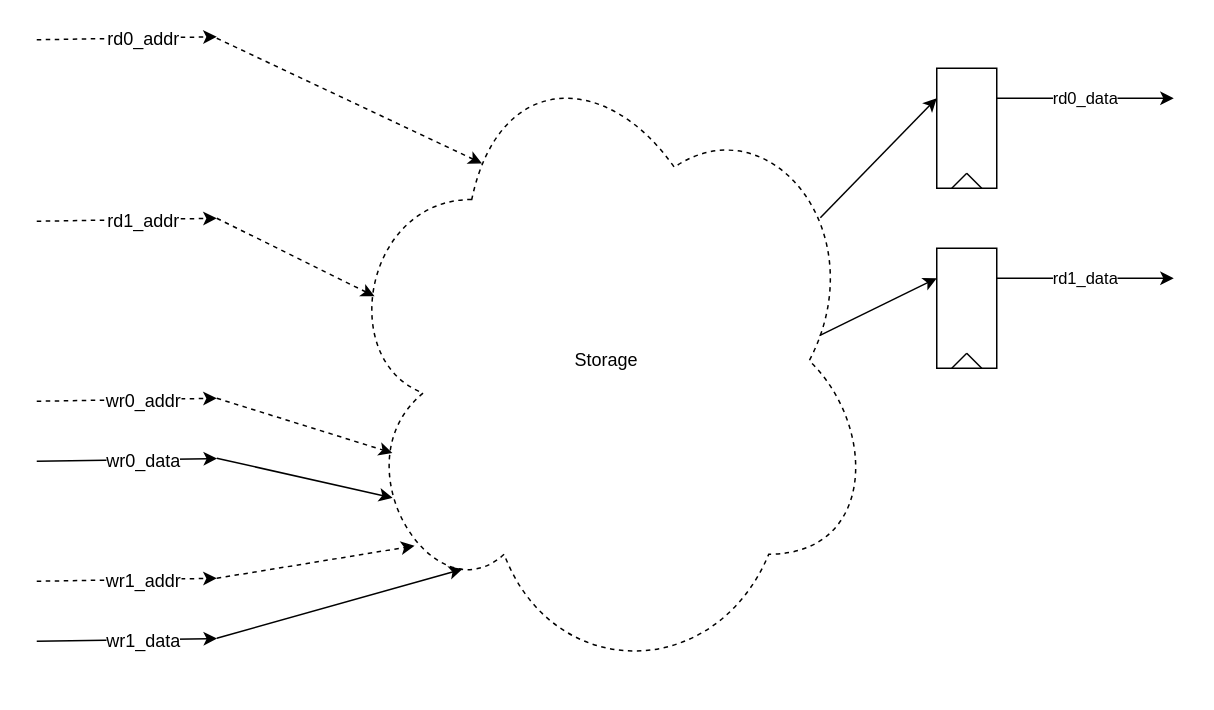
The draw.io diagram page "Highlevel_View" (1 of 6) of assets/multiport_memories/xor_memory.drawio in tomverbeure/tomverbeure.github.io, before the edit. Source tidied: cells renumbered, new cells numbered last; positions are measured from the earlier drawing's top-left corner, leaving out a move shared by most shapes. Both pictures are drawn from the tidied source at 150%, with x=0, y=0 at pixel (36, 36).
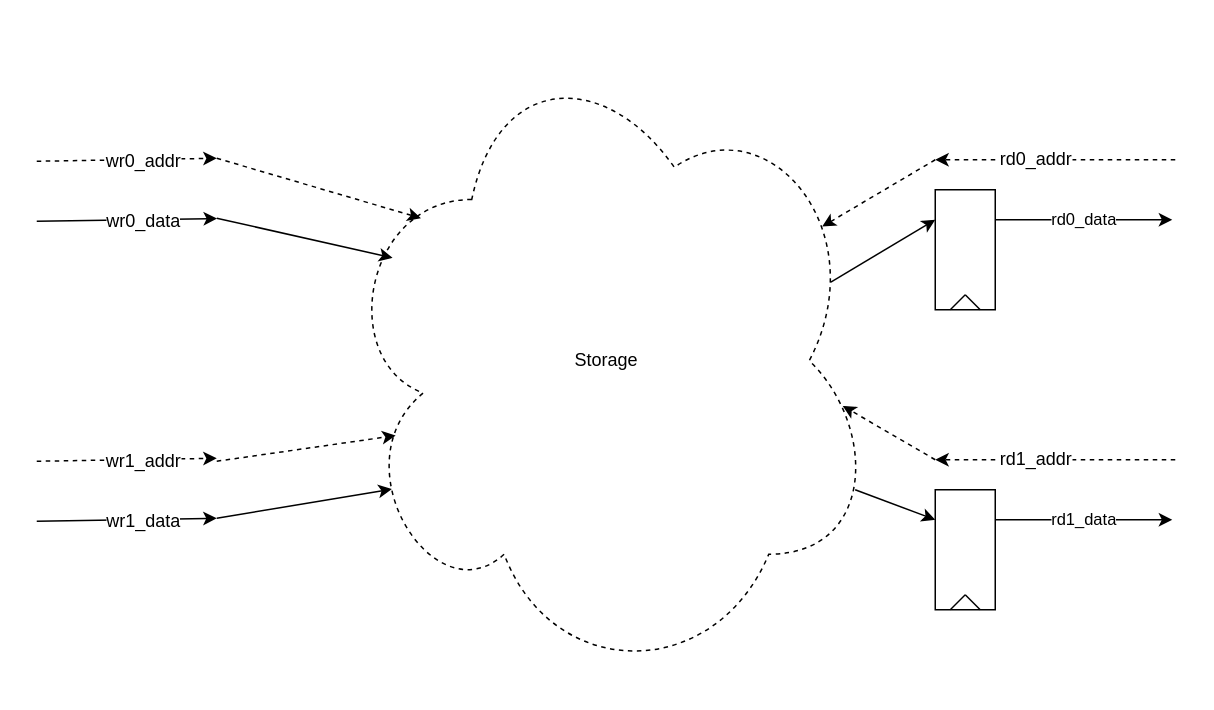
The same page after the edit.

Unchanged cells that the change refers to:
```xml
<mxCell id="2" value="Storage" style="ellipse;shape=cloud;whiteSpace=wrap;html=1;dashed=1;fillColor=none;" parent="1" vertex="1">
  <mxGeometry x="200" y="1" width="360" height="430" as="geometry" />
</mxCell>
<mxCell id="28" style="rounded=0;whiteSpace=wrap;html=1;" parent="27" vertex="1">
  <mxGeometry width="40" height="80" as="geometry" />
</mxCell>
```

What changed in the source:
```diff
@@
-    <mxCell id="3" style="endArrow=classic;html=1;entryX=0.002;entryY=0.279;entryDx=0;entryDy=0;entryPerimeter=0;" parent="1" edge="1">
+    <mxCell id="3" style="endArrow=classic;html=1;" parent="1" edge="1">
       <mxGeometry relative="1" as="geometry">
-        <mxPoint y="403" as="sourcePoint" />
-        <mxPoint x="120.2" y="401.2" as="targetPoint" />
+        <mxPoint y="323" as="sourcePoint" />
+        <mxPoint x="120" y="321" as="targetPoint" />
       </mxGeometry>
     </mxCell>
@@
     <mxCell id="5" style="endArrow=classic;html=1;entryX=0.002;entryY=0.279;entryDx=0;entryDy=0;entryPerimeter=0;dashed=1;" parent="1" edge="1">
       <mxGeometry relative="1" as="geometry">
-        <mxPoint y="363" as="sourcePoint" />
-        <mxPoint x="120" y="361" as="targetPoint" />
+        <mxPoint y="283" as="sourcePoint" />
+        <mxPoint x="120" y="281" as="targetPoint" />
       </mxGeometry>
     </mxCell>
@@
     <mxCell id="7" style="endArrow=classic;html=1;entryX=0.002;entryY=0.279;entryDx=0;entryDy=0;entryPerimeter=0;" parent="1" edge="1">
       <mxGeometry relative="1" as="geometry">
-        <mxPoint y="283" as="sourcePoint" />
-        <mxPoint x="120.2" y="281.2" as="targetPoint" />
+        <mxPoint y="123" as="sourcePoint" />
+        <mxPoint x="120.2" y="121.2" as="targetPoint" />
       </mxGeometry>
     </mxCell>
@@
     <mxCell id="9" style="endArrow=classic;html=1;entryX=0.002;entryY=0.279;entryDx=0;entryDy=0;entryPerimeter=0;dashed=1;" parent="1" edge="1">
       <mxGeometry relative="1" as="geometry">
-        <mxPoint y="243" as="sourcePoint" />
-        <mxPoint x="120" y="241" as="targetPoint" />
+        <mxPoint y="83" as="sourcePoint" />
+        <mxPoint x="120" y="81" as="targetPoint" />
       </mxGeometry>
     </mxCell>
@@
-    <mxCell id="11" style="endArrow=classic;html=1;entryX=0.002;entryY=0.279;entryDx=0;entryDy=0;entryPerimeter=0;dashed=1;" parent="1" edge="1">
+    <mxCell id="11" style="endArrow=classic;html=1;dashed=1;" parent="1" edge="1">
       <mxGeometry relative="1" as="geometry">
-        <mxPoint y="123" as="sourcePoint" />
-        <mxPoint x="120" y="121" as="targetPoint" />
+        <mxPoint x="759" y="282" as="sourcePoint" />
+        <mxPoint x="599" y="282" as="targetPoint" />
       </mxGeometry>
     </mxCell>
@@
     <mxCell id="13" style="endArrow=classic;html=1;entryX=0.002;entryY=0.279;entryDx=0;entryDy=0;entryPerimeter=0;dashed=1;" parent="1" edge="1">
       <mxGeometry relative="1" as="geometry">
-        <mxPoint y="2" as="sourcePoint" />
-        <mxPoint x="120" as="targetPoint" />
+        <mxPoint x="759" y="82" as="sourcePoint" />
+        <mxPoint x="599" y="82" as="targetPoint" />
       </mxGeometry>
     </mxCell>
@@
-    <mxCell id="15" style="endArrow=classic;html=1;entryX=0.233;entryY=0.823;entryDx=0;entryDy=0;entryPerimeter=0;" parent="1" edge="1" target="2">
+    <mxCell id="15" style="endArrow=classic;html=1;entryX=0.102;entryY=0.699;entryDx=0;entryDy=0;entryPerimeter=0;" parent="1" edge="1" target="2">
       <mxGeometry relative="1" as="geometry">
-        <mxPoint x="120" y="401" as="sourcePoint" />
+        <mxPoint x="120" y="321" as="sourcePoint" />
       </mxGeometry>
     </mxCell>
-    <mxCell id="16" style="endArrow=classic;html=1;entryX=0.103;entryY=0.643;entryDx=0;entryDy=0;entryPerimeter=0;dashed=1;" parent="1" edge="1" target="2">
+    <mxCell id="16" style="endArrow=classic;html=1;entryX=0.156;entryY=0.279;entryDx=0;entryDy=0;entryPerimeter=0;dashed=1;" parent="1" edge="1" target="2">
       <mxGeometry relative="1" as="geometry">
-        <mxPoint x="120" y="241" as="sourcePoint" />
+        <mxPoint x="120" y="81" as="sourcePoint" />
       </mxGeometry>
     </mxCell>
-    <mxCell id="17" style="endArrow=classic;html=1;dashed=1;entryX=0.144;entryY=0.787;entryDx=0;entryDy=0;entryPerimeter=0;" parent="1" edge="1" target="2">
+    <mxCell id="17" style="endArrow=classic;html=1;dashed=1;entryX=0.109;entryY=0.616;entryDx=0;entryDy=0;entryPerimeter=0;" parent="1" edge="1" target="2">
       <mxGeometry relative="1" as="geometry">
-        <mxPoint x="120" y="361" as="sourcePoint" />
+        <mxPoint x="120" y="283" as="sourcePoint" />
       </mxGeometry>
     </mxCell>
     <mxCell id="18" style="endArrow=classic;html=1;entryX=0.103;entryY=0.643;entryDx=0;entryDy=0;entryPerimeter=0;" parent="1" edge="1">
       <mxGeometry relative="1" as="geometry">
-        <mxPoint x="120" y="281" as="sourcePoint" />
-        <mxPoint x="237.2" y="307.4" as="targetPoint" />
+        <mxPoint x="120" y="121" as="sourcePoint" />
+        <mxPoint x="237.2" y="147.4" as="targetPoint" />
       </mxGeometry>
     </mxCell>
-    <mxCell id="19" style="endArrow=classic;html=1;entryX=0.07;entryY=0.4;entryDx=0;entryDy=0;entryPerimeter=0;dashed=1;" parent="1" edge="1" target="2">
+    <mxCell id="19" style="endArrow=classic;html=1;entryX=0.937;entryY=0.57;entryDx=0;entryDy=0;entryPerimeter=0;dashed=1;" parent="1" edge="1" target="2">
       <mxGeometry relative="1" as="geometry">
-        <mxPoint x="120" y="121" as="sourcePoint" />
+        <mxPoint x="599" y="282" as="sourcePoint" />
       </mxGeometry>
     </mxCell>
-    <mxCell id="20" style="endArrow=classic;html=1;entryX=0.269;entryY=0.194;entryDx=0;entryDy=0;entryPerimeter=0;dashed=1;" parent="1" edge="1" target="2">
+    <mxCell id="20" style="endArrow=classic;html=1;entryX=0.899;entryY=0.292;entryDx=0;entryDy=0;entryPerimeter=0;dashed=1;" parent="1" edge="1" target="2">
       <mxGeometry relative="1" as="geometry">
-        <mxPoint x="120" y="1" as="sourcePoint" />
+        <mxPoint x="599" y="82" as="sourcePoint" />
       </mxGeometry>
     </mxCell>
-    <mxCell id="21" style="endArrow=classic;html=1;exitX=0.903;exitY=0.279;exitDx=0;exitDy=0;exitPerimeter=0;" parent="1" edge="1">
+    <mxCell id="21" style="endArrow=classic;html=1;exitX=0.915;exitY=0.378;exitDx=0;exitDy=0;exitPerimeter=0;" parent="1" edge="1" source="2">
       <mxGeometry relative="1" as="geometry">
-        <mxPoint x="522.4" y="120.7" as="sourcePoint" />
-        <mxPoint x="600" y="41" as="targetPoint" />
+        <mxPoint x="599" y="122" as="targetPoint" />
       </mxGeometry>
     </mxCell>
-    <mxCell id="22" style="endArrow=classic;html=1;exitX=0.894;exitY=0.461;exitDx=0;exitDy=0;exitPerimeter=0;" parent="1" edge="1" source="2">
-      <mxGeometry relative="1" as="geometry">
-        <mxPoint x="600" y="161" as="targetPoint" />
-      </mxGeometry>
+    <mxCell id="22" style="endArrow=classic;html=1;exitX=0.96;exitY=0.7;exitDx=0;exitDy=0;exitPerimeter=0;entryX=0;entryY=0.25;entryDx=0;entryDy=0;" parent="1" edge="1" source="2" target="28">
+      <mxGeometry relative="1" as="geometry" />
     </mxCell>
     <mxCell id="23" style="group;" parent="1" vertex="1">
-      <mxGeometry x="600" y="21" width="40" height="80" as="geometry" />
+      <mxGeometry x="599" y="102" width="40" height="80" as="geometry" />
     </mxCell>
@@
     <mxCell id="27" style="group;" parent="1" vertex="1">
-      <mxGeometry x="600" y="141" width="40" height="80" as="geometry" />
+      <mxGeometry x="599" y="302" width="40" height="80" as="geometry" />
     </mxCell>
@@
     <mxCell id="31" value="rd1_data" style="endArrow=classic;html=1;exitX=1;exitY=0.25;exitDx=0;exitDy=0;" parent="1" edge="1">
       <mxGeometry relative="1" as="geometry">
-        <mxPoint x="640" y="161" as="sourcePoint" />
-        <mxPoint x="758" y="161" as="targetPoint" />
+        <mxPoint x="639" y="322" as="sourcePoint" />
+        <mxPoint x="757" y="322" as="targetPoint" />
       </mxGeometry>
     </mxCell>
     <mxCell id="32" value="rd0_data" style="endArrow=classic;html=1;exitX=1;exitY=0.25;exitDx=0;exitDy=0;" parent="1" edge="1">
       <mxGeometry relative="1" as="geometry">
-        <mxPoint x="640" y="41" as="sourcePoint" />
-        <mxPoint x="758" y="41" as="targetPoint" />
+        <mxPoint x="639" y="122" as="sourcePoint" />
+        <mxPoint x="757" y="122" as="targetPoint" />
       </mxGeometry>
     </mxCell>
```
